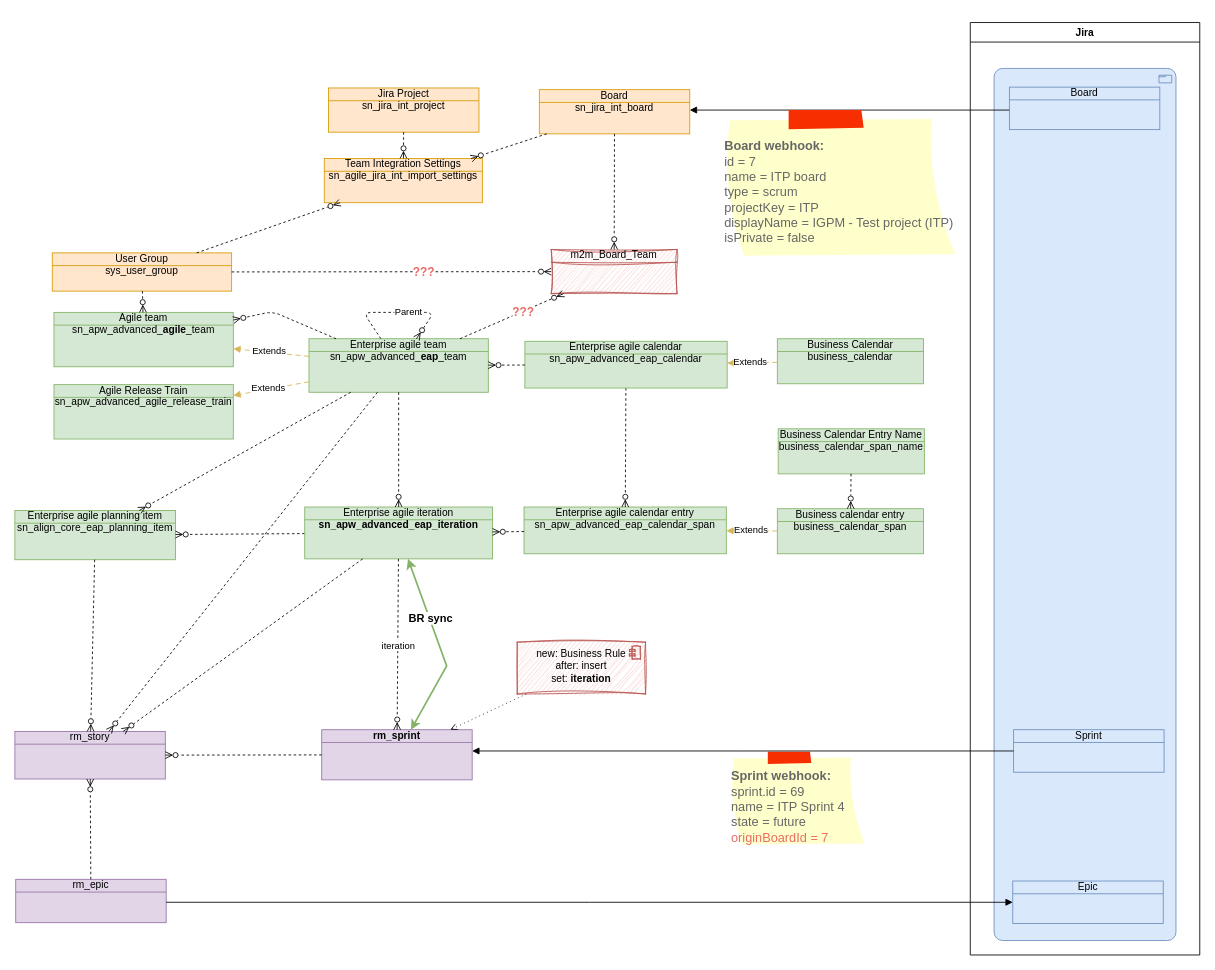
Earlier version of the draw.io diagram BoschEAP.drawio (algimas/tmp). Source tidied: cells renumbered, new cells numbered last; positions are measured from the earlier drawing's top-left corner, leaving out a move shared by most shapes. Both pictures are drawn from the tidied source at 85%, with x=0, y=0 at pixel (14, 22).
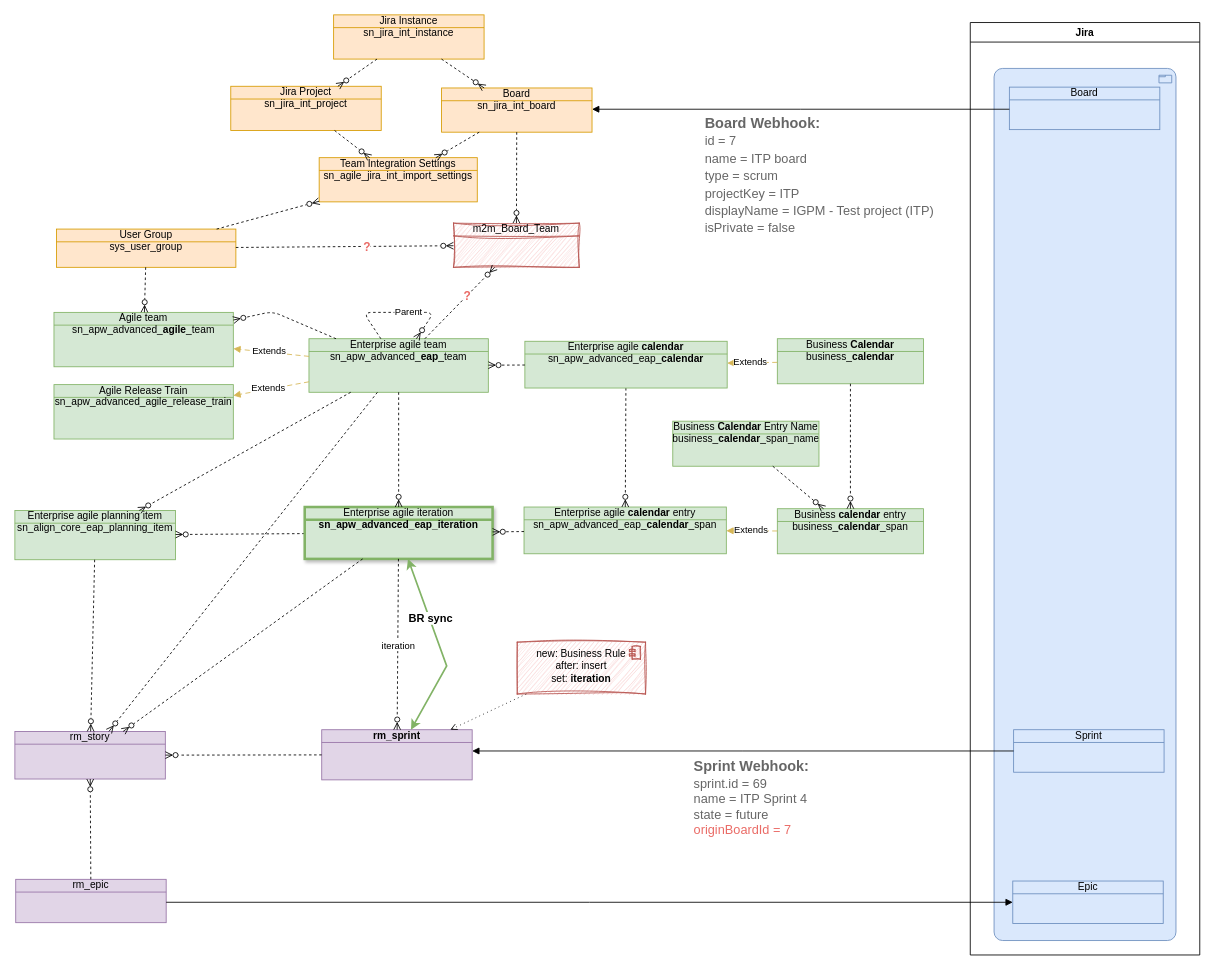
The same page after the edit.

The change refers to these unchanged cells:
```xml
<mxCell id="52" style="html=1;dashed=1;labelBackgroundColor=none;startArrow=none;endArrow=ERzeroToMany;fontFamily=Verdana;fontSize=12;align=left;startFill=0;endFill=0;" parent="1" edge="1" source="33" target="51">
  <mxGeometry relative="1" as="geometry" />
</mxCell>
<mxCell id="55" style="html=1;dashed=1;labelBackgroundColor=none;startArrow=none;endArrow=ERzeroToMany;fontFamily=Verdana;fontSize=12;align=left;startFill=0;endFill=0;" parent="1" edge="1" source="7" target="51">
  <mxGeometry relative="1" as="geometry" />
</mxCell>
```

Change to the diagram source:
```diff
@@
-    <mxCell id="6" value="Enterprise agile iteration &lt;b&gt;sn_apw_advanced_eap_iteration&lt;/b&gt;" style="html=1;outlineConnect=0;whiteSpace=wrap;fillColor=#d5e8d4;shape=mxgraph.archimate3.businessObject;overflow=fill;strokeColor=#82b366;" parent="1" vertex="1">
+    <mxCell id="6" value="Enterprise agile iteration &lt;b&gt;sn_apw_advanced_eap_iteration&lt;/b&gt;" style="html=1;outlineConnect=0;whiteSpace=wrap;fillColor=#d5e8d4;shape=mxgraph.archimate3.businessObject;overflow=fill;strokeColor=#82b366;shadow=1;strokeWidth=3;" parent="1" vertex="1">
       <mxGeometry x="341" y="570" width="221" height="61" as="geometry" />
     </mxCell>
@@
-    <mxCell id="8" value="&lt;div&gt;Enterprise agile calendar entry&lt;/div&gt;sn_apw_advanced_eap_calendar_span" style="html=1;outlineConnect=0;whiteSpace=wrap;fillColor=#d5e8d4;shape=mxgraph.archimate3.businessObject;overflow=fill;strokeColor=#82b366;" parent="1" vertex="1">
+    <mxCell id="8" value="&lt;div&gt;Enterprise agile &lt;b&gt;calendar&lt;/b&gt; entry&lt;/div&gt;sn_apw_advanced_eap_&lt;b&gt;calendar&lt;/b&gt;_span" style="html=1;outlineConnect=0;whiteSpace=wrap;fillColor=#d5e8d4;shape=mxgraph.archimate3.businessObject;overflow=fill;strokeColor=#82b366;" parent="1" vertex="1">
       <mxGeometry x="599" y="570" width="238" height="55" as="geometry" />
     </mxCell>
-    <mxCell id="9" value="&lt;div&gt;Business calendar entry&lt;/div&gt;business_calendar_span" style="html=1;outlineConnect=0;whiteSpace=wrap;fillColor=#d5e8d4;shape=mxgraph.archimate3.businessObject;overflow=fill;strokeColor=#82b366;" parent="1" vertex="1">
+    <mxCell id="9" value="&lt;div&gt;Business &lt;b&gt;calendar&lt;/b&gt; entry&lt;/div&gt;business_&lt;b&gt;calendar&lt;/b&gt;_span" style="html=1;outlineConnect=0;whiteSpace=wrap;fillColor=#d5e8d4;shape=mxgraph.archimate3.businessObject;overflow=fill;strokeColor=#82b366;" parent="1" vertex="1">
       <mxGeometry x="897" y="572" width="172" height="53" as="geometry" />
     </mxCell>
@@
     <mxCell id="33" value="User Group&lt;div&gt;sys_user_group&lt;/div&gt;" style="html=1;outlineConnect=0;whiteSpace=wrap;fillColor=#ffe6cc;shape=mxgraph.archimate3.businessObject;overflow=fill;strokeColor=#d79b00;" parent="1" vertex="1">
-      <mxGeometry x="44" y="271" width="211" height="45" as="geometry" />
+      <mxGeometry x="49" y="243" width="211" height="45" as="geometry" />
     </mxCell>
@@
-    <mxCell id="38" value="&lt;div&gt;&lt;br&gt;&lt;/div&gt;&lt;div&gt;&lt;b&gt;Sprint webhook:&lt;/b&gt;&lt;/div&gt;&lt;div&gt;sprint.id =&amp;nbsp;&lt;span style=&quot;background-color: transparent; color: light-dark(rgb(102, 102, 102), rgb(149, 149, 149));&quot;&gt;69&lt;/span&gt;&lt;/div&gt;&lt;div&gt;name =&amp;nbsp;&lt;span style=&quot;background-color: transparent; color: light-dark(rgb(102, 102, 102), rgb(149, 149, 149));&quot;&gt;ITP Sprint 4&lt;/span&gt;&lt;/div&gt;&lt;div&gt;state =&amp;nbsp;&lt;span style=&quot;background-color: transparent; color: light-dark(rgb(102, 102, 102), rgb(149, 149, 149));&quot;&gt;future&lt;/span&gt;&lt;/div&gt;&lt;div&gt;&lt;span style=&quot;background-color: transparent;&quot;&gt;&lt;font style=&quot;color: rgb(234, 107, 102);&quot;&gt;originBoardId = 7&lt;/font&gt;&lt;/span&gt;&lt;/div&gt;" style="strokeWidth=1;shadow=0;dashed=0;align=left;html=1;shape=mxgraph.mockup.text.stickyNote2;fontColor=#666666;mainText=;fontSize=15;whiteSpace=wrap;fillColor=#ffffcc;strokeColor=#F62E00;" parent="1" vertex="1">
-      <mxGeometry x="841" y="858" width="160" height="110" as="geometry" />
-    </mxCell>
@@
     <mxCell id="40" value="Board&lt;div&gt;sn_jira_int_board&lt;/div&gt;" style="html=1;outlineConnect=0;whiteSpace=wrap;fillColor=#ffe6cc;shape=mxgraph.archimate3.businessObject;overflow=fill;strokeColor=#d79b00;" parent="1" vertex="1">
-      <mxGeometry x="617" y="79" width="177" height="52" as="geometry" />
+      <mxGeometry x="502" y="77" width="177" height="52" as="geometry" />
     </mxCell>
@@
-    <mxCell id="42" value="&lt;div&gt;&lt;br&gt;&lt;/div&gt;&lt;div&gt;&lt;b&gt;Board webhook:&lt;/b&gt;&lt;/div&gt;&lt;div&gt;&lt;div&gt;id = 7&lt;/div&gt;&lt;div&gt;name = ITP board&lt;/div&gt;&lt;div&gt;type = scrum&lt;/div&gt;&lt;div&gt;projectKey = ITP&lt;/div&gt;&lt;div&gt;displayName = IGPM - Test project (ITP)&lt;/div&gt;&lt;div&gt;isPrivate = false&lt;/div&gt;&lt;/div&gt;" style="strokeWidth=1;shadow=0;dashed=0;align=left;html=1;shape=mxgraph.mockup.text.stickyNote2;fontColor=#666666;mainText=;fontSize=15;whiteSpace=wrap;fillColor=#ffffcc;strokeColor=#F62E00;" parent="1" vertex="1">
-      <mxGeometry x="833" y="103" width="276" height="173" as="geometry" />
-    </mxCell>
@@
     <mxCell id="45" value="Jira Project&lt;div&gt;sn_jira_int_project&lt;/div&gt;" style="html=1;outlineConnect=0;whiteSpace=wrap;fillColor=#ffe6cc;shape=mxgraph.archimate3.businessObject;overflow=fill;strokeColor=#d79b00;" parent="1" vertex="1">
-      <mxGeometry x="369" y="77" width="177" height="52" as="geometry" />
+      <mxGeometry x="254" y="75" width="177" height="52" as="geometry" />
     </mxCell>
     <mxCell id="46" value="Team Integration Settings&lt;br&gt;&lt;div&gt;sn_agile_jira_int_import_settings&lt;/div&gt;" style="html=1;outlineConnect=0;whiteSpace=wrap;fillColor=#ffe6cc;shape=mxgraph.archimate3.businessObject;overflow=fill;strokeColor=#d79b00;" parent="1" vertex="1">
-      <mxGeometry x="364" y="160" width="186" height="52" as="geometry" />
+      <mxGeometry x="358" y="159" width="186" height="52" as="geometry" />
     </mxCell>
@@
     <mxCell id="51" value="m2m_Board_Team" style="html=1;outlineConnect=0;whiteSpace=wrap;fillColor=#f8cecc;shape=mxgraph.archimate3.businessObject;overflow=fill;strokeColor=#b85450;sketch=1;curveFitting=1;jiggle=2;" parent="1" vertex="1">
-      <mxGeometry x="631" y="267" width="148" height="52" as="geometry" />
+      <mxGeometry x="516" y="236" width="148" height="52" as="geometry" />
     </mxCell>
@@
-    <mxCell id="53" value="&lt;font style=&quot;color: rgb(234, 107, 102); font-size: 14px;&quot;&gt;&lt;b style=&quot;&quot;&gt;???&lt;/b&gt;&lt;/font&gt;" style="edgeLabel;html=1;align=center;verticalAlign=middle;" parent="52" vertex="1">
+    <mxCell id="53" value="&lt;font style=&quot;color: rgb(234, 107, 102); font-size: 14px;&quot;&gt;&lt;b style=&quot;&quot;&gt;?&lt;/b&gt;&lt;/font&gt;" style="edgeLabel;html=1;align=center;verticalAlign=middle;" parent="52" vertex="1">
       <mxGeometry x="0.2" relative="1" as="geometry" />
     </mxCell>
@@
-    <mxCell id="56" value="&lt;font style=&quot;color: rgb(234, 107, 102); font-size: 14px;&quot;&gt;&lt;b style=&quot;&quot;&gt;???&lt;/b&gt;&lt;/font&gt;" style="edgeLabel;html=1;align=center;verticalAlign=middle;" parent="55" vertex="1">
+    <mxCell id="56" value="&lt;font style=&quot;color: rgb(234, 107, 102); font-size: 14px;&quot;&gt;&lt;b style=&quot;&quot;&gt;?&lt;/b&gt;&lt;/font&gt;" style="edgeLabel;html=1;align=center;verticalAlign=middle;" parent="55" vertex="1">
       <mxGeometry x="0.2" relative="1" as="geometry" />
     </mxCell>
@@
-    <mxCell id="60" value="&lt;div&gt;Business Calendar Entry Name&lt;/div&gt;business_calendar_span_name" style="html=1;outlineConnect=0;whiteSpace=wrap;fillColor=#d5e8d4;shape=mxgraph.archimate3.businessObject;overflow=fill;strokeColor=#82b366;" parent="1" vertex="1">
-      <mxGeometry x="898" y="478" width="172" height="53" as="geometry" />
+    <mxCell id="60" value="&lt;div&gt;Business &lt;b&gt;Calendar&lt;/b&gt; Entry Name&lt;/div&gt;business_&lt;b&gt;calendar&lt;/b&gt;_span_name" style="html=1;outlineConnect=0;whiteSpace=wrap;fillColor=#d5e8d4;shape=mxgraph.archimate3.businessObject;overflow=fill;strokeColor=#82b366;" parent="1" vertex="1">
+      <mxGeometry x="774" y="469" width="172" height="53" as="geometry" />
     </mxCell>
@@
-    <mxCell id="62" value="&lt;div&gt;Business Calendar&lt;/div&gt;&lt;div&gt;&lt;span style=&quot;background-color: transparent; color: light-dark(rgb(0, 0, 0), rgb(255, 255, 255));&quot;&gt;business_calendar&lt;/span&gt;&lt;/div&gt;" style="html=1;outlineConnect=0;whiteSpace=wrap;fillColor=#d5e8d4;shape=mxgraph.archimate3.businessObject;overflow=fill;strokeColor=#82b366;" parent="1" vertex="1">
+    <mxCell id="62" value="&lt;div&gt;Business &lt;b&gt;Calendar&lt;/b&gt;&lt;/div&gt;&lt;div&gt;&lt;span style=&quot;background-color: transparent; color: light-dark(rgb(0, 0, 0), rgb(255, 255, 255));&quot;&gt;business_&lt;b&gt;calendar&lt;/b&gt;&lt;/span&gt;&lt;/div&gt;" style="html=1;outlineConnect=0;whiteSpace=wrap;fillColor=#d5e8d4;shape=mxgraph.archimate3.businessObject;overflow=fill;strokeColor=#82b366;" parent="1" vertex="1">
       <mxGeometry x="897" y="372" width="172" height="53" as="geometry" />
     </mxCell>
@@
-    <mxCell id="64" value="&lt;div&gt;Enterprise agile calendar&lt;/div&gt;sn_apw_advanced_eap_calendar" style="html=1;outlineConnect=0;whiteSpace=wrap;fillColor=#d5e8d4;shape=mxgraph.archimate3.businessObject;overflow=fill;strokeColor=#82b366;" parent="1" vertex="1">
+    <mxCell id="64" value="&lt;div&gt;Enterprise agile &lt;b&gt;calendar&lt;/b&gt;&lt;/div&gt;sn_apw_advanced_eap_&lt;b&gt;calendar&lt;/b&gt;" style="html=1;outlineConnect=0;whiteSpace=wrap;fillColor=#d5e8d4;shape=mxgraph.archimate3.businessObject;overflow=fill;strokeColor=#82b366;shadow=0;" parent="1" vertex="1">
       <mxGeometry x="600" y="375" width="238" height="55" as="geometry" />
     </mxCell>
@@
+    <mxCell id="68" style="html=1;dashed=1;labelBackgroundColor=none;startArrow=none;endArrow=ERzeroToMany;fontFamily=Verdana;fontSize=12;align=left;startFill=0;endFill=0;" parent="1" edge="1" source="62" target="9">
+      <mxGeometry relative="1" as="geometry" />
+    </mxCell>
+    <mxCell id="69" value="Jira Instance&lt;div&gt;sn_jira_int_instance&lt;/div&gt;" style="html=1;outlineConnect=0;whiteSpace=wrap;fillColor=#ffe6cc;shape=mxgraph.archimate3.businessObject;overflow=fill;strokeColor=#d79b00;" parent="1" vertex="1">
+      <mxGeometry x="375" y="-9" width="177" height="52" as="geometry" />
+    </mxCell>
+    <mxCell id="70" style="html=1;dashed=1;labelBackgroundColor=none;startArrow=none;endArrow=ERzeroToMany;fontFamily=Verdana;fontSize=12;align=left;startFill=0;endFill=0;" parent="1" edge="1" source="69" target="40">
+      <mxGeometry relative="1" as="geometry" />
+    </mxCell>
+    <mxCell id="71" style="html=1;dashed=1;labelBackgroundColor=none;startArrow=none;endArrow=ERzeroToMany;fontFamily=Verdana;fontSize=12;align=left;startFill=0;endFill=0;" parent="1" edge="1" source="69" target="45">
+      <mxGeometry relative="1" as="geometry" />
+    </mxCell>
+    <mxCell id="72" value="&lt;b&gt;Board Webhook:&lt;/b&gt;&lt;br&gt;&lt;font style=&quot;font-size: 15px;&quot;&gt;id = 7&lt;br&gt;name = ITP board&lt;br&gt;type = scrum&lt;br&gt;projectKey = ITP&lt;br&gt;displayName = IGPM - Test project (ITP)&lt;br&gt;isPrivate = false&lt;/font&gt;" style="strokeWidth=1;shadow=0;dashed=0;align=center;shape=mxgraph.mockup.text.bulletedList;textColor=#666666;mainText=,,,,;textSize=17;bulletStyle=none;strokeColor=none;fillColor=none;align=left;verticalAlign=top;fontSize=17;fontColor=#666666;html=1;textShadow=0;whiteSpace=wrap;" parent="1" vertex="1">
+      <mxGeometry x="810" y="103" width="311" height="169" as="geometry" />
+    </mxCell>
+    <mxCell id="73" value="&lt;div style=&quot;text-wrap-mode: wrap;&quot;&gt;&lt;b style=&quot;&quot;&gt;&lt;br class=&quot;Apple-interchange-newline&quot;&gt;&lt;font&gt;Sprint Webhook:&lt;/font&gt;&lt;/b&gt;&lt;/div&gt;&lt;div style=&quot;font-size: 15px; text-wrap-mode: wrap;&quot;&gt;sprint.id =&amp;nbsp;&lt;span style=&quot;background-color: transparent; color: light-dark(rgb(102, 102, 102), rgb(149, 149, 149));&quot;&gt;69&lt;/span&gt;&lt;/div&gt;&lt;div style=&quot;font-size: 15px; text-wrap-mode: wrap;&quot;&gt;name =&amp;nbsp;&lt;span style=&quot;background-color: transparent; color: light-dark(rgb(102, 102, 102), rgb(149, 149, 149));&quot;&gt;ITP Sprint 4&lt;/span&gt;&lt;/div&gt;&lt;div style=&quot;font-size: 15px; text-wrap-mode: wrap;&quot;&gt;state =&amp;nbsp;&lt;span style=&quot;background-color: transparent; color: light-dark(rgb(102, 102, 102), rgb(149, 149, 149));&quot;&gt;future&lt;/span&gt;&lt;/div&gt;&lt;div style=&quot;font-size: 15px; text-wrap-mode: wrap;&quot;&gt;&lt;span style=&quot;background-color: transparent;&quot;&gt;&lt;font style=&quot;color: rgb(234, 107, 102);&quot;&gt;originBoardId = 7&lt;/font&gt;&lt;/span&gt;&lt;/div&gt;" style="strokeWidth=1;shadow=0;dashed=0;align=center;shape=mxgraph.mockup.text.bulletedList;textColor=#666666;mainText=,,,,;textSize=17;bulletStyle=none;strokeColor=none;fillColor=none;align=left;verticalAlign=top;fontSize=17;fontColor=#666666;html=1;textShadow=0;whiteSpace=wrap;" parent="1" vertex="1">
+      <mxGeometry x="797" y="839" width="181" height="120" as="geometry" />
+    </mxCell>
```
